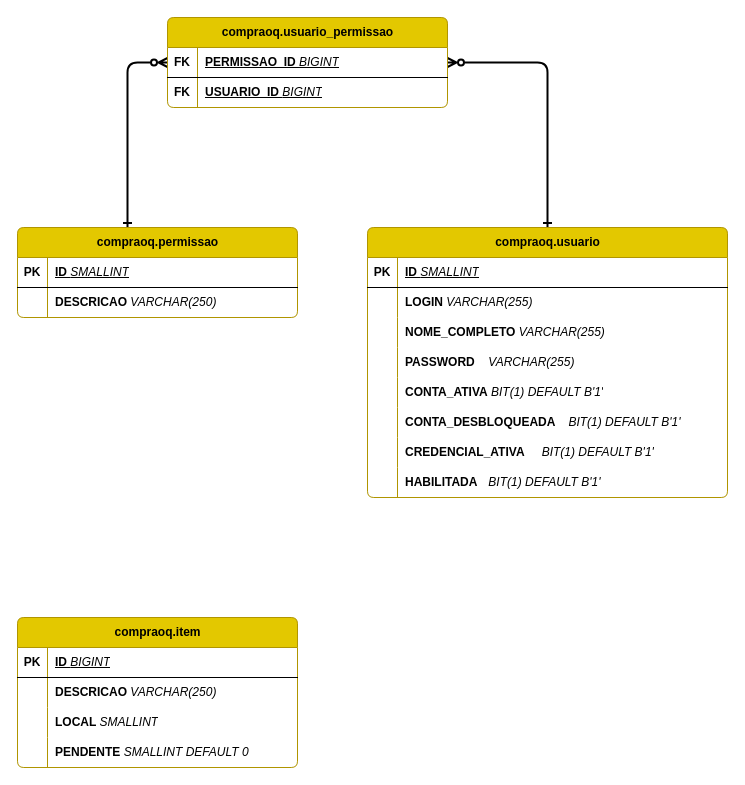
Earlier version of the draw.io diagram src/main/resources/certs/DER COMPRAOQ.drawio (JAILTONDPAULA/API_REST-COMPRAQ). Source tidied: cells renumbered, new cells numbered last; positions are measured from the earlier drawing's top-left corner, leaving out a move shared by most shapes. Both pictures are drawn from the tidied source at 100%, with x=0, y=0 at pixel (17, 17).
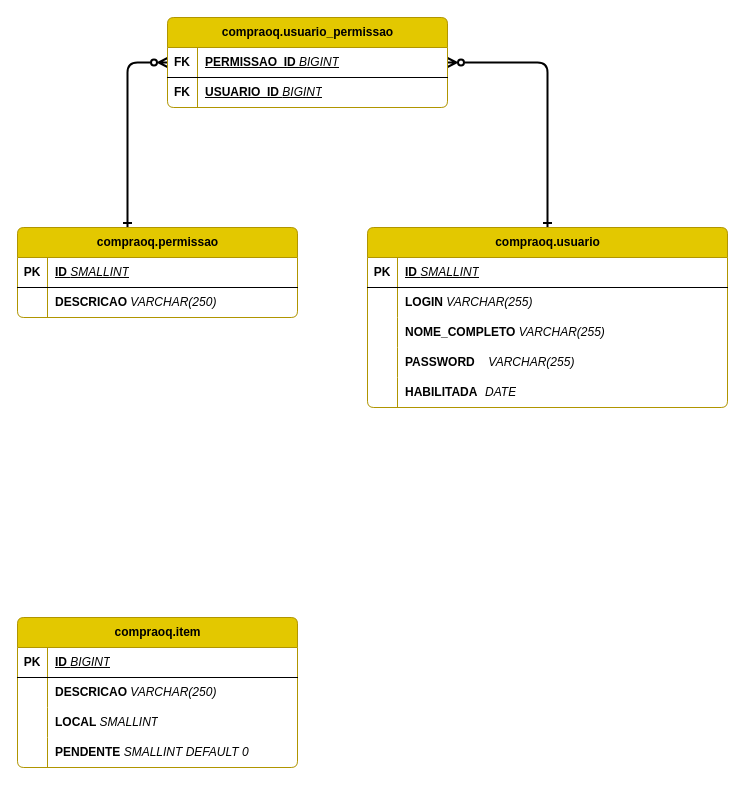
Above is the later version.

Change to the diagram source:
```diff
@@
     <mxCell id="24" value="compraoq.usuario" style="shape=table;startSize=30;childLayout=tableLayout;rowLines=0;fontStyle=1;align=center;html=1;fillColor=#e3c800;fontColor=#000000;strokeColor=#B09500;rounded=1;arcSize=7;swimlaneFillColor=default;" parent="1" vertex="1">
-      <mxGeometry x="350" y="210" width="360" height="270" as="geometry" />
+      <mxGeometry x="350" y="210" width="360" height="180" as="geometry" />
     </mxCell>
@@
-    <mxCell id="37" style="shape=tableRow;horizontal=0;startSize=0;swimlaneHead=0;swimlaneBody=0;fillColor=none;top=0;left=0;right=0;bottom=0;" parent="24" vertex="1">
-      <mxGeometry y="150" width="360" height="30" as="geometry" />
-    </mxCell>
-    <mxCell id="38" style="shape=partialRectangle;fillColor=none;top=0;left=0;bottom=0;right=0;overflow=hidden;whiteSpace=wrap;html=1;" parent="37" vertex="1">
-      <mxGeometry width="30" height="30" as="geometry" />
-    </mxCell>
-    <mxCell id="39" value="&lt;b&gt;CONTA_ATIVA&amp;nbsp;&lt;/b&gt;&lt;i&gt;BIT(1) DEFAULT B'1'&lt;/i&gt;" style="shape=partialRectangle;fillColor=none;top=0;left=0;bottom=0;right=0;align=left;spacingLeft=6;overflow=hidden;whiteSpace=wrap;html=1;" parent="37" vertex="1">
-      <mxGeometry x="30" width="330" height="30" as="geometry" />
-    </mxCell>
-    <mxCell id="40" style="shape=tableRow;horizontal=0;startSize=0;swimlaneHead=0;swimlaneBody=0;fillColor=none;top=0;left=0;right=0;bottom=0;" parent="24" vertex="1">
-      <mxGeometry y="180" width="360" height="30" as="geometry" />
-    </mxCell>
-    <mxCell id="41" style="shape=partialRectangle;fillColor=none;top=0;left=0;bottom=0;right=0;overflow=hidden;whiteSpace=wrap;html=1;" parent="40" vertex="1">
-      <mxGeometry width="30" height="30" as="geometry" />
-    </mxCell>
-    <mxCell id="42" value="&lt;b&gt;CONTA_DESBLOQUEADA&lt;span style=&quot;white-space: pre;&quot;&gt;&#9;&lt;/span&gt;&amp;nbsp;&lt;/b&gt;&lt;i&gt;BIT(1) DEFAULT B'1'&lt;/i&gt;" style="shape=partialRectangle;fillColor=none;top=0;left=0;bottom=0;right=0;align=left;spacingLeft=6;overflow=hidden;whiteSpace=wrap;html=1;" parent="40" vertex="1">
-      <mxGeometry x="30" width="330" height="30" as="geometry" />
-    </mxCell>
-    <mxCell id="43" style="shape=tableRow;horizontal=0;startSize=0;swimlaneHead=0;swimlaneBody=0;fillColor=none;top=0;left=0;right=0;bottom=0;" parent="24" vertex="1">
-      <mxGeometry y="210" width="360" height="30" as="geometry" />
-    </mxCell>
-    <mxCell id="44" style="shape=partialRectangle;fillColor=none;top=0;left=0;bottom=0;right=0;overflow=hidden;whiteSpace=wrap;html=1;" parent="43" vertex="1">
-      <mxGeometry width="30" height="30" as="geometry" />
-    </mxCell>
-    <mxCell id="45" value="&lt;b&gt;CREDENCIAL_ATIVA&lt;span style=&quot;white-space: pre;&quot;&gt;&#9;&lt;/span&gt;&amp;nbsp;&lt;/b&gt;&lt;i&gt;BIT(1) DEFAULT B'1'&lt;/i&gt;" style="shape=partialRectangle;fillColor=none;top=0;left=0;bottom=0;right=0;align=left;spacingLeft=6;overflow=hidden;whiteSpace=wrap;html=1;" parent="43" vertex="1">
-      <mxGeometry x="30" width="330" height="30" as="geometry" />
-    </mxCell>
     <mxCell id="46" style="shape=tableRow;horizontal=0;startSize=0;swimlaneHead=0;swimlaneBody=0;fillColor=none;top=0;left=0;right=0;bottom=0;" parent="24" vertex="1">
-      <mxGeometry y="240" width="360" height="30" as="geometry" />
+      <mxGeometry y="150" width="360" height="30" as="geometry" />
     </mxCell>
@@
-    <mxCell id="48" value="&lt;b&gt;HABILITADA&lt;span style=&quot;white-space: pre;&quot;&gt;&#9;&lt;/span&gt;&amp;nbsp;&lt;/b&gt;&lt;i&gt;BIT(1) DEFAULT B'1'&lt;/i&gt;" style="shape=partialRectangle;fillColor=none;top=0;left=0;bottom=0;right=0;align=left;spacingLeft=6;overflow=hidden;whiteSpace=wrap;html=1;" parent="46" vertex="1">
+    <mxCell id="48" value="&lt;b&gt;HABILITADA&lt;/b&gt;&lt;span style=&quot;font-weight: bold; white-space: pre;&quot;&gt;&#9;&lt;/span&gt;&lt;i&gt;DATE&lt;/i&gt;" style="shape=partialRectangle;fillColor=none;top=0;left=0;bottom=0;right=0;align=left;spacingLeft=6;overflow=hidden;whiteSpace=wrap;html=1;" parent="46" vertex="1">
       <mxGeometry x="30" width="330" height="30" as="geometry" />
     </mxCell>
```
